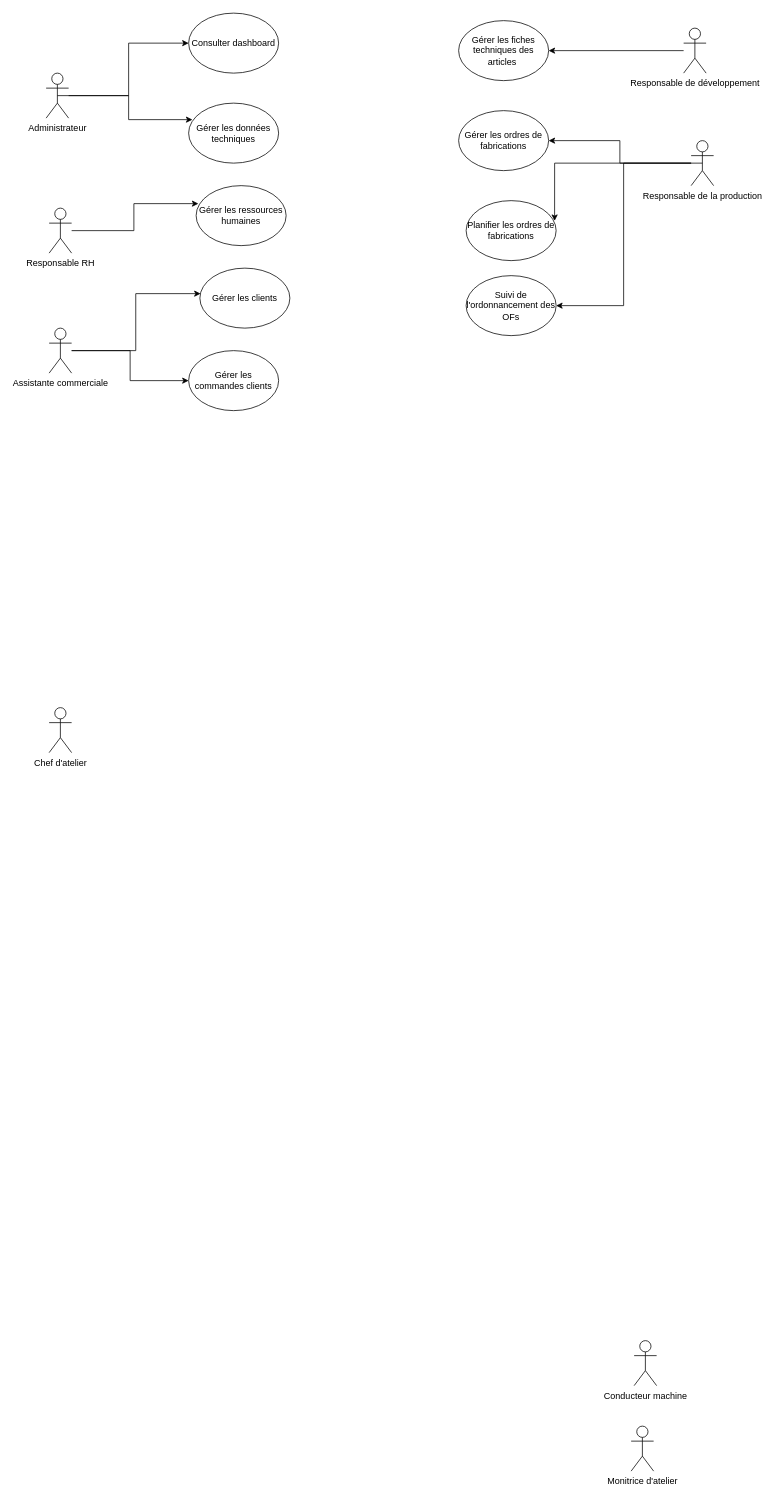
Before: Diagramme_CasUtilisation.drawio in AbdelazizBs/GPAO-SpringApp, a draw.io diagram. Source tidied: cells renumbered, new cells numbered last; positions are measured from the earlier drawing's top-left corner, leaving out a move shared by most shapes. Both pictures are drawn from the tidied source at 75%, with x=0, y=0 at pixel (46, 13).
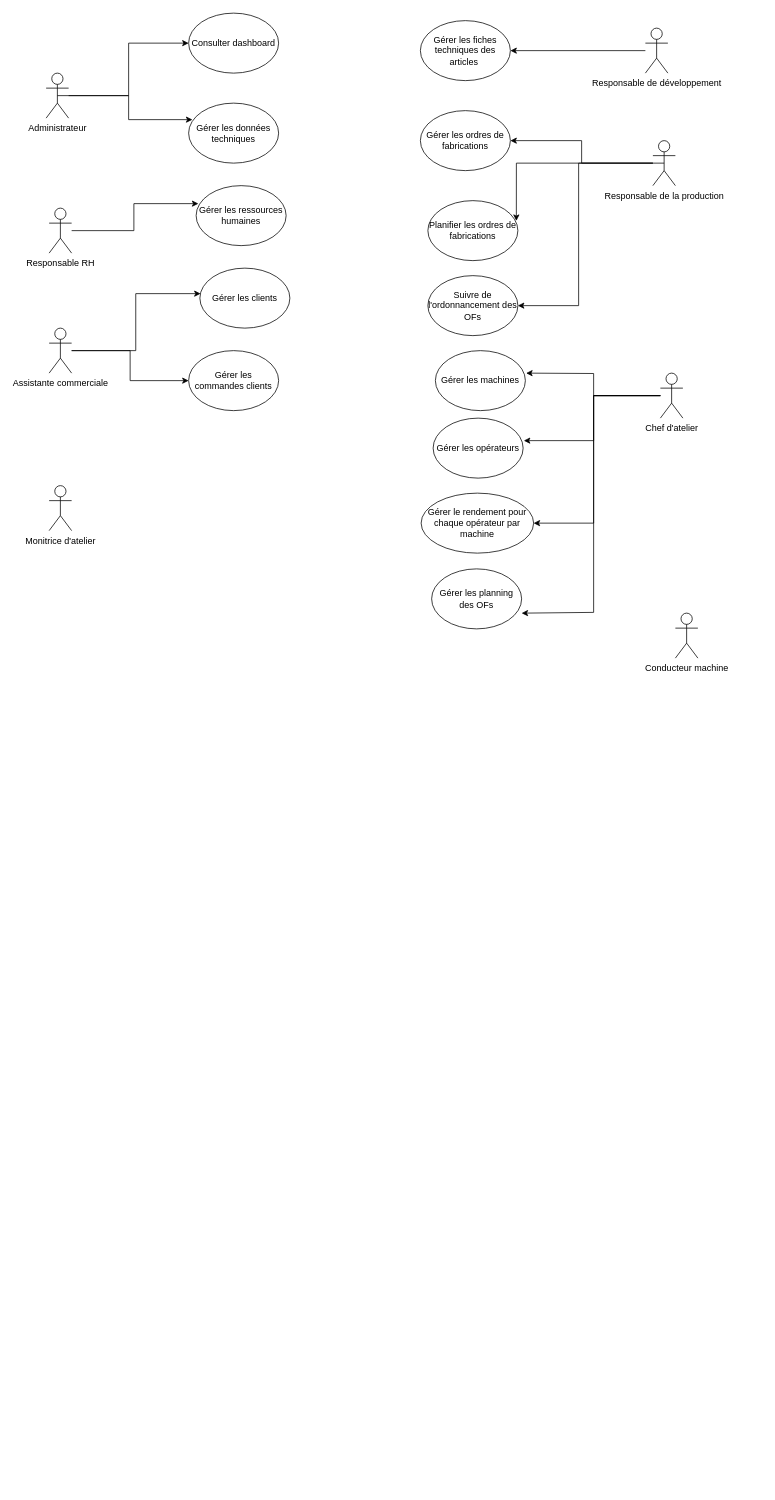
The same diagram, later.

Commit message (it also covers changes not shown here):
Mettre à jour Diagramme_CasUtilisation.drawio

The edit, as a diff of the source:
```diff
@@
     <mxCell id="8" value="Responsable de développement" style="shape=umlActor;verticalLabelPosition=bottom;verticalAlign=top;html=1;outlineConnect=0;" parent="1" vertex="1">
-      <mxGeometry x="850" y="20" width="30" height="60" as="geometry" />
+      <mxGeometry x="799" y="20" width="30" height="60" as="geometry" />
     </mxCell>
@@
     <mxCell id="11" style="edgeStyle=orthogonalEdgeStyle;rounded=0;jettySize=auto;html=1;entryX=1;entryY=0.5;entryDx=0;entryDy=0;" parent="1" edge="1" source="12" target="27">
-      <mxGeometry relative="1" as="geometry" />
+      <mxGeometry relative="1" as="geometry">
+        <Array as="points">
+          <mxPoint x="710" y="200" />
+          <mxPoint x="710" y="390" />
+        </Array>
+      </mxGeometry>
     </mxCell>
     <mxCell id="12" value="Responsable de la production" style="shape=umlActor;verticalLabelPosition=bottom;verticalAlign=top;html=1;outlineConnect=0;" parent="1" vertex="1">
-      <mxGeometry x="860" y="170" width="30" height="60" as="geometry" />
+      <mxGeometry x="809" y="170" width="30" height="60" as="geometry" />
     </mxCell>
+    <mxCell id="28" style="edgeStyle=orthogonalEdgeStyle;rounded=0;jettySize=auto;html=1;" parent="1" edge="1" source="13">
+      <mxGeometry relative="1" as="geometry">
+        <mxPoint x="640" y="480" as="targetPoint" />
+      </mxGeometry>
+    </mxCell>
+    <mxCell id="29" style="edgeStyle=orthogonalEdgeStyle;rounded=0;jettySize=auto;html=1;entryX=1.008;entryY=0.375;entryDx=0;entryDy=0;entryPerimeter=0;" parent="1" edge="1" source="13" target="34">
+      <mxGeometry relative="1" as="geometry">
+        <Array as="points">
+          <mxPoint x="730" y="510" />
+          <mxPoint x="730" y="570" />
+        </Array>
+      </mxGeometry>
+    </mxCell>
+    <mxCell id="30" style="edgeStyle=orthogonalEdgeStyle;rounded=0;jettySize=auto;html=1;entryX=1;entryY=0.5;entryDx=0;entryDy=0;" parent="1" edge="1" source="13" target="35">
+      <mxGeometry relative="1" as="geometry">
+        <Array as="points">
+          <mxPoint x="730" y="510" />
+          <mxPoint x="730" y="680" />
+        </Array>
+      </mxGeometry>
+    </mxCell>
+    <mxCell id="31" style="edgeStyle=orthogonalEdgeStyle;rounded=0;jettySize=auto;html=1;entryX=1;entryY=0.738;entryDx=0;entryDy=0;entryPerimeter=0;" parent="1" edge="1" source="13" target="33">
+      <mxGeometry relative="1" as="geometry">
+        <Array as="points">
+          <mxPoint x="730" y="510" />
+          <mxPoint x="730" y="799" />
+        </Array>
+      </mxGeometry>
+    </mxCell>
     <mxCell id="13" value="Chef d'atelier" style="shape=umlActor;verticalLabelPosition=bottom;verticalAlign=top;html=1;outlineConnect=0;" parent="1" vertex="1">
-      <mxGeometry x="4" y="926" width="30" height="60" as="geometry" />
+      <mxGeometry x="819" y="480" width="30" height="60" as="geometry" />
     </mxCell>
     <mxCell id="14" value="Conducteur machine" style="shape=umlActor;verticalLabelPosition=bottom;verticalAlign=top;html=1;" parent="1" vertex="1">
-      <mxGeometry x="784" y="1770" width="30" height="60" as="geometry" />
+      <mxGeometry x="839" y="800" width="30" height="60" as="geometry" />
     </mxCell>
     <mxCell id="15" value="Monitrice d'atelier" style="shape=umlActor;verticalLabelPosition=bottom;verticalAlign=top;html=1;" parent="1" vertex="1">
-      <mxGeometry x="780" y="1884" width="30" height="60" as="geometry" />
+      <mxGeometry x="4" y="630" width="30" height="60" as="geometry" />
     </mxCell>
@@
     <mxCell id="24" value="Gérer les fiches techniques des articles&amp;nbsp;" style="ellipse;whiteSpace=wrap;html=1;" parent="1" vertex="1">
-      <mxGeometry x="550" y="10" width="120" height="80" as="geometry" />
+      <mxGeometry x="499" y="10" width="120" height="80" as="geometry" />
     </mxCell>
     <mxCell id="25" value="Gérer les ordres de fabrications" style="ellipse;whiteSpace=wrap;html=1;" parent="1" vertex="1">
-      <mxGeometry x="550" y="130" width="120" height="80" as="geometry" />
+      <mxGeometry x="499" y="130" width="120" height="80" as="geometry" />
     </mxCell>
     <mxCell id="26" value="Planifier les ordres de fabrications" style="ellipse;whiteSpace=wrap;html=1;" parent="1" vertex="1">
-      <mxGeometry x="560" y="250" width="120" height="80" as="geometry" />
+      <mxGeometry x="509" y="250" width="120" height="80" as="geometry" />
     </mxCell>
-    <mxCell id="27" value="Suivi de l'ordonnancement des OFs" style="ellipse;whiteSpace=wrap;html=1;" parent="1" vertex="1">
-      <mxGeometry x="560" y="350" width="120" height="80" as="geometry" />
+    <mxCell id="27" value="Suivre de l'ordonnancement des OFs" style="ellipse;whiteSpace=wrap;html=1;" parent="1" vertex="1">
+      <mxGeometry x="509" y="350" width="120" height="80" as="geometry" />
     </mxCell>
+    <mxCell id="32" value="Gérer les machines" style="ellipse;whiteSpace=wrap;html=1;" parent="1" vertex="1">
+      <mxGeometry x="519" y="450" width="120" height="80" as="geometry" />
+    </mxCell>
+    <mxCell id="33" value="Gérer les planning des OFs" style="ellipse;whiteSpace=wrap;html=1;" parent="1" vertex="1">
+      <mxGeometry x="514" y="741" width="120" height="80" as="geometry" />
+    </mxCell>
+    <mxCell id="34" value="Gérer les opérateurs" style="ellipse;whiteSpace=wrap;html=1;" parent="1" vertex="1">
+      <mxGeometry x="516" y="540" width="120" height="80" as="geometry" />
+    </mxCell>
+    <mxCell id="35" value="Gérer le rendement pour chaque opérateur par machine" style="ellipse;whiteSpace=wrap;html=1;" parent="1" vertex="1">
+      <mxGeometry x="500" y="640" width="150" height="80" as="geometry" />
+    </mxCell>
```
